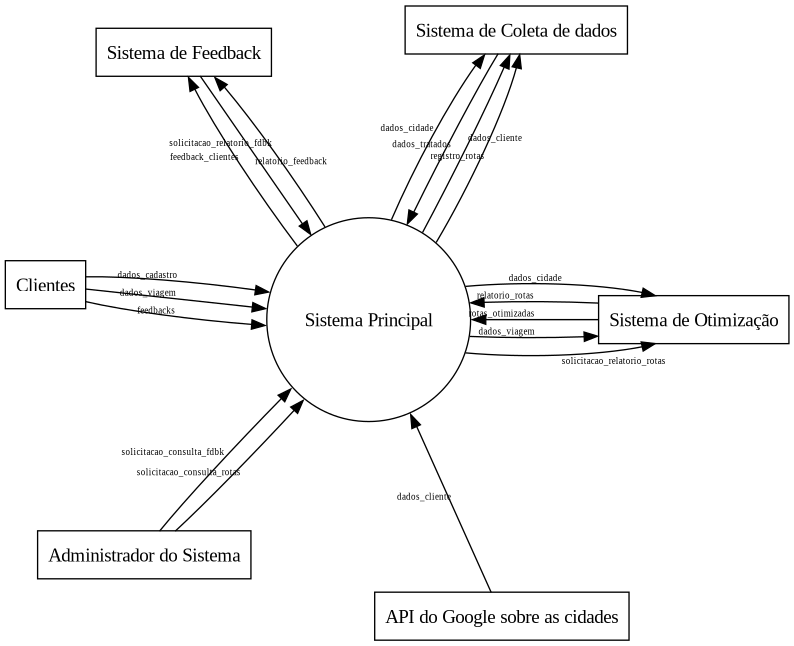
pedrodilallo/site_turismo_SIG keeps this Graphviz diagram as Relatório/Semana-1/Diagramas/DFD0.png. Above is the earlier version. Its source is kept beside it as Relatório/Semana-1/Diagramas/DFD0.gv.
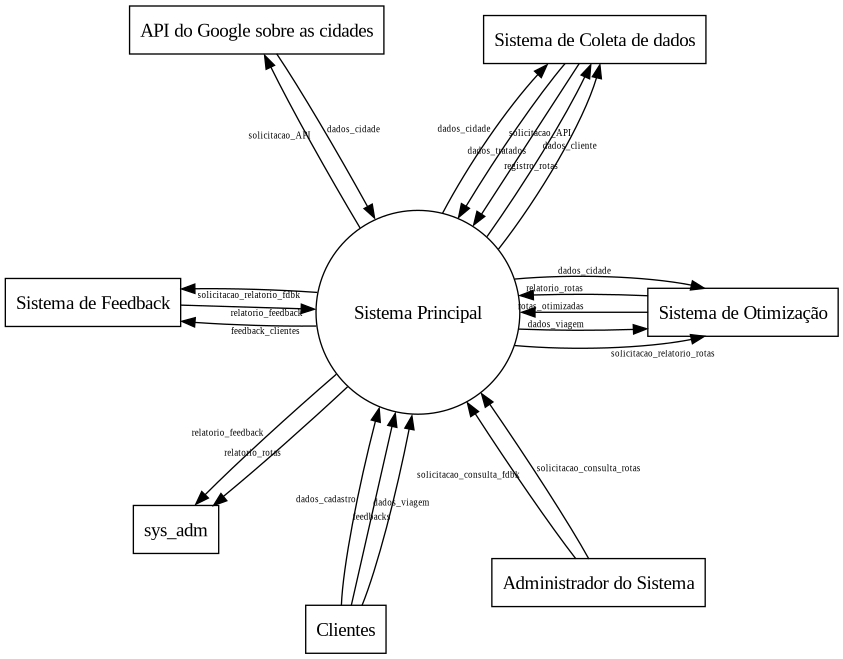
The same file after the commit.

Commit message:
Correções DFD

Diff of the diagram source:
```diff
@@ -31,8 +31,10 @@
     otimizador -> sistema[label="relatorio_rotas"]
 
     coletador -> sistema[label="dados_tratados"]
+    coletador -> sistema[label="solicitacao_API"]
 
-    API -> sistema[label="dados_cliente"]
+
+    API -> sistema[label="dados_cidade"]
 
     feedback -> sistema[label="relatorio_feedback"]
 
@@ -50,6 +52,10 @@
     sistema -> otimizador[label="dados_viagem"]
 
 
+    sistema -> sys_adm[label="relatorio_rotas"]
+    sistema -> sys_adm[label="relatorio_feedback"]
+
+    sistema -> API[label="solicitacao_API"]
 
 }
 @enduml
```
